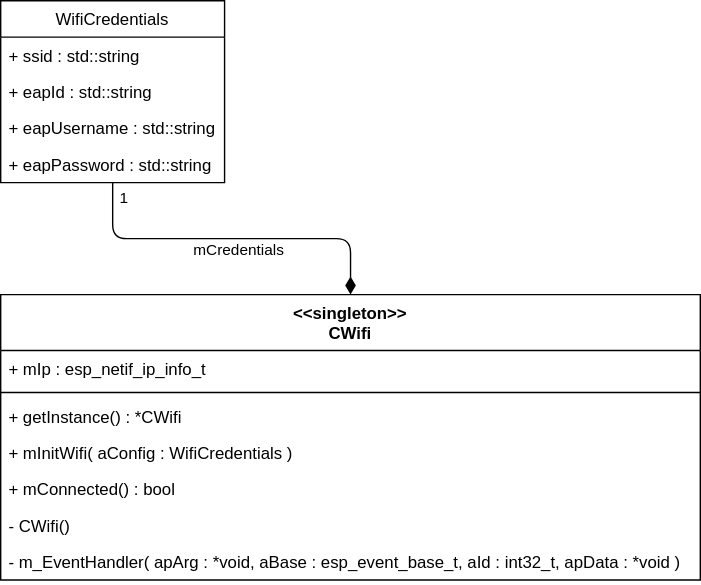
Above: uml/wifi-network-stack.drawio.svg in SenseBoxTI/FirmwareDesign (draw.io), before the change. Source tidied: cells renumbered, new cells last; positions are measured from the earlier drawing's top-left corner, leaving out a move shared by most shapes. The source it was exported from:
```xml
<mxGraphModel>
  <root>
    <mxCell id="0" />
    <mxCell id="1" parent="0" />
    <mxCell id="2" value="&lt;&lt;singleton&gt;&gt;&#10;CWifi" style="swimlane;fontStyle=1;align=center;verticalAlign=top;horizontal=1;startSize=40;" parent="1" vertex="1">
      <mxGeometry y="210" width="500" height="204" as="geometry" />
    </mxCell>
    <mxCell id="3" value="+ mIp : esp_netif_ip_info_t" style="text;strokeColor=none;fillColor=none;align=left;verticalAlign=top;spacingLeft=4;spacingRight=4;overflow=hidden;" parent="2" vertex="1">
      <mxGeometry y="40" width="500" height="26" as="geometry" />
    </mxCell>
    <mxCell id="4" style="line;strokeWidth=1;fillColor=none;align=left;verticalAlign=middle;spacingTop=-1;spacingLeft=3;spacingRight=3;labelPosition=right;" parent="2" vertex="1">
      <mxGeometry y="66" width="500" height="8" as="geometry" />
    </mxCell>
    <mxCell id="5" value="+ getInstance() : *CWifi" style="text;strokeColor=none;fillColor=none;align=left;verticalAlign=top;spacingLeft=4;spacingRight=4;overflow=hidden;" parent="2" vertex="1">
      <mxGeometry y="74" width="500" height="26" as="geometry" />
    </mxCell>
    <mxCell id="6" value="+ mInitWifi( aConfig : WifiCredentials )" style="text;strokeColor=none;fillColor=none;align=left;verticalAlign=top;spacingLeft=4;spacingRight=4;overflow=hidden;" parent="2" vertex="1">
      <mxGeometry y="100" width="500" height="26" as="geometry" />
    </mxCell>
    <mxCell id="7" value="+ mConnected() : bool" style="text;strokeColor=none;fillColor=none;align=left;verticalAlign=top;spacingLeft=4;spacingRight=4;overflow=hidden;" parent="2" vertex="1">
      <mxGeometry y="126" width="500" height="26" as="geometry" />
    </mxCell>
    <mxCell id="8" value="- CWifi()" style="text;strokeColor=none;fillColor=none;align=left;verticalAlign=top;spacingLeft=4;spacingRight=4;overflow=hidden;" parent="2" vertex="1">
      <mxGeometry y="152" width="500" height="26" as="geometry" />
    </mxCell>
    <mxCell id="9" value="- m_EventHandler( apArg : *void, aBase : esp_event_base_t, aId : int32_t, apData : *void )" style="text;strokeColor=none;fillColor=none;align=left;verticalAlign=top;spacingLeft=4;spacingRight=4;overflow=hidden;" parent="2" vertex="1">
      <mxGeometry y="178" width="500" height="26" as="geometry" />
    </mxCell>
    <mxCell id="10" style="edgeStyle=orthogonalEdgeStyle;html=1;endArrow=diamondThin;endFill=1;startSize=6;endSize=10;" parent="1" edge="1" source="13" target="2">
      <mxGeometry relative="1" as="geometry" />
    </mxCell>
    <mxCell id="11" value="mCredentials" style="edgeLabel;html=1;align=center;verticalAlign=middle;" parent="10" vertex="1">
      <mxGeometry x="-0.07" y="3" relative="1" as="geometry">
        <mxPoint x="13" y="11" as="offset" />
      </mxGeometry>
    </mxCell>
    <mxCell id="12" value="1" style="edgeLabel;html=1;align=center;verticalAlign=middle;" parent="10" vertex="1">
      <mxGeometry x="-0.92" y="-2" relative="1" as="geometry">
        <mxPoint x="10" as="offset" />
      </mxGeometry>
    </mxCell>
    <mxCell id="13" value="WifiCredentials" style="swimlane;fontStyle=0;horizontal=1;startSize=26;fillColor=none;" parent="1" vertex="1">
      <mxGeometry width="160" height="130" as="geometry" />
    </mxCell>
    <mxCell id="14" value="+ ssid : std::string" style="text;strokeColor=none;fillColor=none;align=left;verticalAlign=top;spacingLeft=4;spacingRight=4;overflow=hidden;" parent="13" vertex="1">
      <mxGeometry y="26" width="160" height="26" as="geometry" />
    </mxCell>
    <mxCell id="15" value="+ eapId : std::string" style="text;strokeColor=none;fillColor=none;align=left;verticalAlign=top;spacingLeft=4;spacingRight=4;overflow=hidden;" parent="13" vertex="1">
      <mxGeometry y="52" width="160" height="26" as="geometry" />
    </mxCell>
    <mxCell id="16" value="+ eapUsername : std::string" style="text;strokeColor=none;fillColor=none;align=left;verticalAlign=top;spacingLeft=4;spacingRight=4;overflow=hidden;" parent="13" vertex="1">
      <mxGeometry y="78" width="160" height="26" as="geometry" />
    </mxCell>
    <mxCell id="17" value="+ eapPassword : std::string" style="text;strokeColor=none;fillColor=none;align=left;verticalAlign=top;spacingLeft=4;spacingRight=4;overflow=hidden;" parent="13" vertex="1">
      <mxGeometry y="104" width="160" height="26" as="geometry" />
    </mxCell>
  </root>
</mxGraphModel>
```
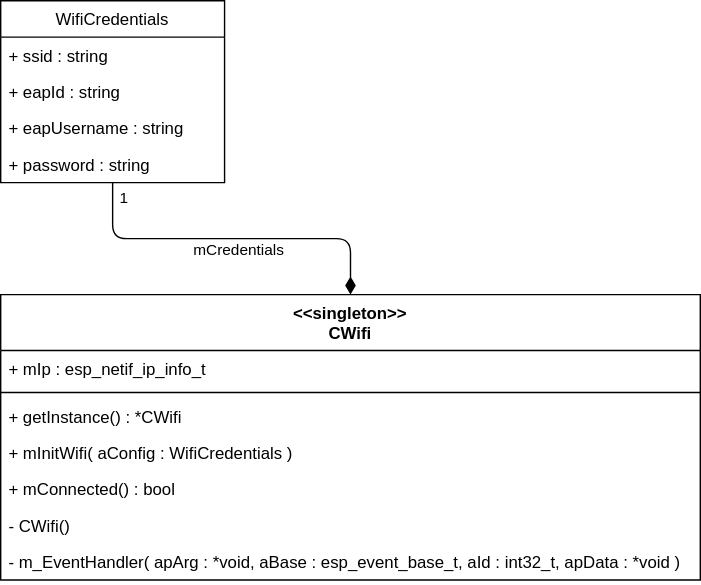
After the commit.

Diff of the diagram source:
```diff
@@ -42,16 +42,16 @@
     <mxCell id="13" value="WifiCredentials" style="swimlane;fontStyle=0;horizontal=1;startSize=26;fillColor=none;" parent="1" vertex="1">
       <mxGeometry width="160" height="130" as="geometry" />
     </mxCell>
-    <mxCell id="14" value="+ ssid : std::string" style="text;strokeColor=none;fillColor=none;align=left;verticalAlign=top;spacingLeft=4;spacingRight=4;overflow=hidden;" parent="13" vertex="1">
+    <mxCell id="14" value="+ ssid : string" style="text;strokeColor=none;fillColor=none;align=left;verticalAlign=top;spacingLeft=4;spacingRight=4;overflow=hidden;" parent="13" vertex="1">
       <mxGeometry y="26" width="160" height="26" as="geometry" />
     </mxCell>
-    <mxCell id="15" value="+ eapId : std::string" style="text;strokeColor=none;fillColor=none;align=left;verticalAlign=top;spacingLeft=4;spacingRight=4;overflow=hidden;" parent="13" vertex="1">
+    <mxCell id="15" value="+ eapId : string" style="text;strokeColor=none;fillColor=none;align=left;verticalAlign=top;spacingLeft=4;spacingRight=4;overflow=hidden;" parent="13" vertex="1">
       <mxGeometry y="52" width="160" height="26" as="geometry" />
     </mxCell>
-    <mxCell id="16" value="+ eapUsername : std::string" style="text;strokeColor=none;fillColor=none;align=left;verticalAlign=top;spacingLeft=4;spacingRight=4;overflow=hidden;" parent="13" vertex="1">
+    <mxCell id="16" value="+ eapUsername : string" style="text;strokeColor=none;fillColor=none;align=left;verticalAlign=top;spacingLeft=4;spacingRight=4;overflow=hidden;" parent="13" vertex="1">
       <mxGeometry y="78" width="160" height="26" as="geometry" />
     </mxCell>
-    <mxCell id="17" value="+ eapPassword : std::string" style="text;strokeColor=none;fillColor=none;align=left;verticalAlign=top;spacingLeft=4;spacingRight=4;overflow=hidden;" parent="13" vertex="1">
+    <mxCell id="17" value="+ password : string" style="text;strokeColor=none;fillColor=none;align=left;verticalAlign=top;spacingLeft=4;spacingRight=4;overflow=hidden;" parent="13" vertex="1">
       <mxGeometry y="104" width="160" height="26" as="geometry" />
     </mxCell>
   </root>
```
